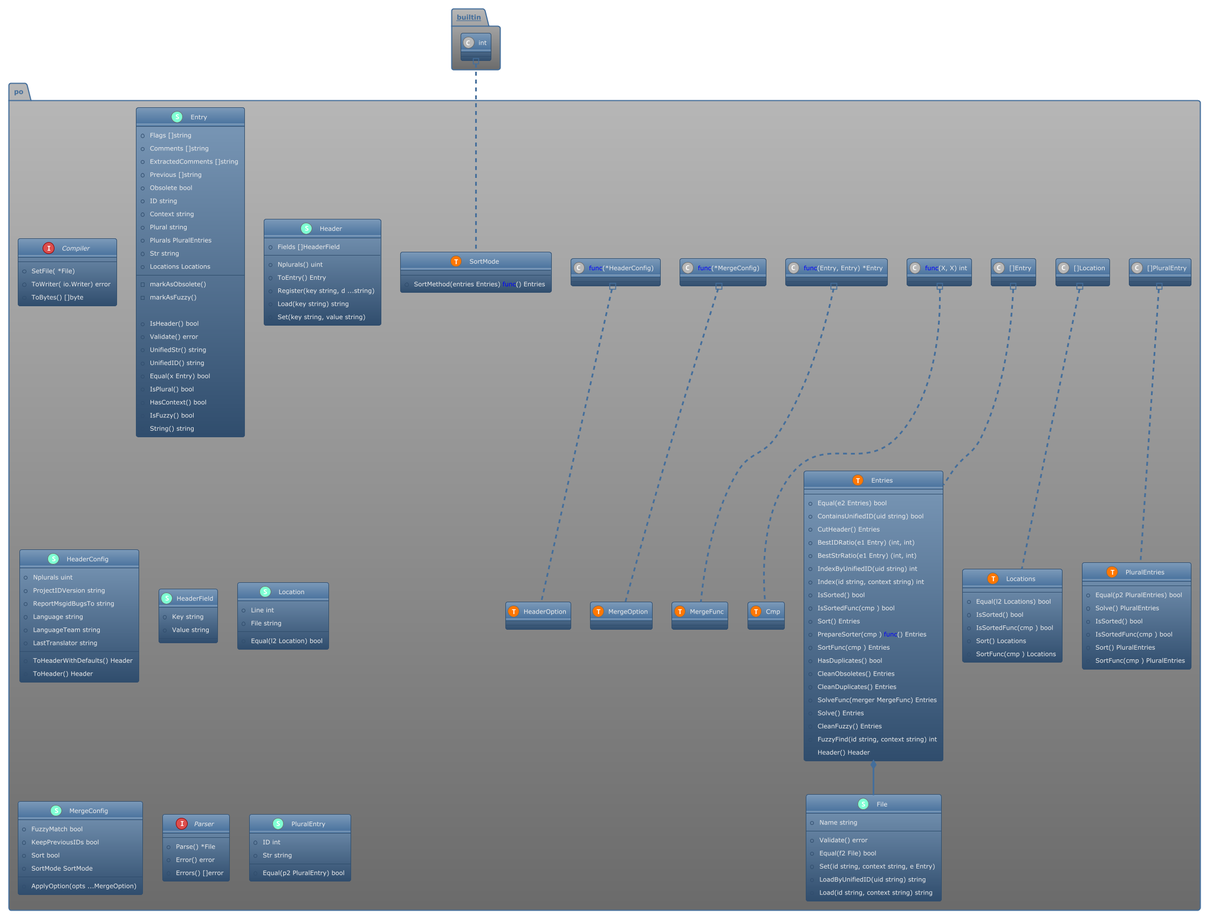
This is pkg/po/structure.png from Tom5521/gotext-tools, a PlantUML export, as it was before one commit.
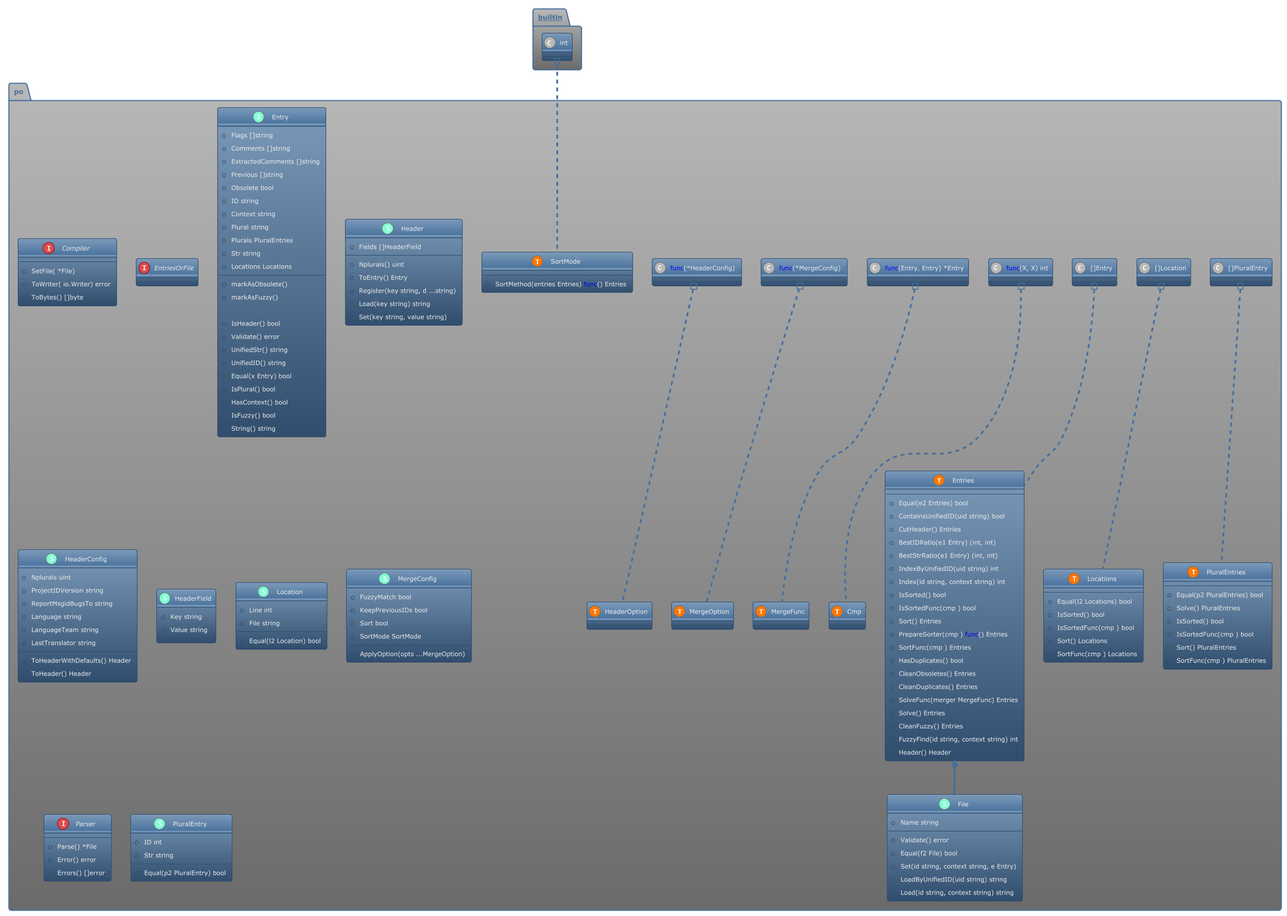
The same diagram one commit later.

The edit, as a diff of the source:
```diff
@@ -29,6 +29,8 @@
         + FuzzyFind(id string, context string) int
         + Header() Header
 
+    }
+    interface EntriesOrFile  {
     }
     class Entry << (S,Aquamarine) >> {
         + Flags []string
```
